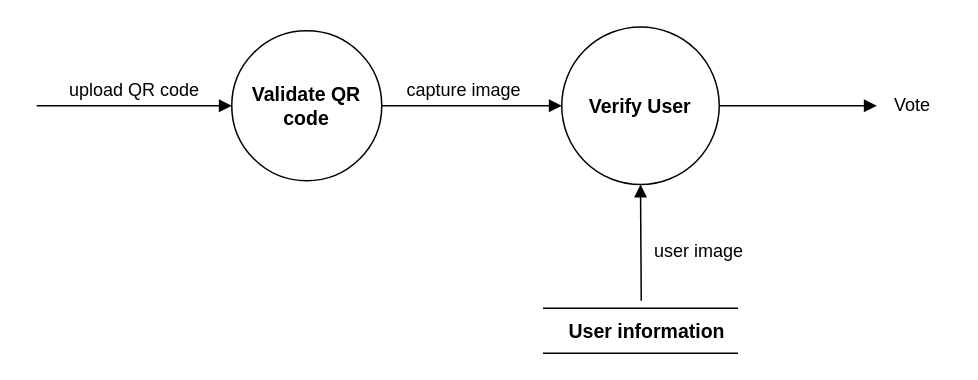
Above: DFD level 2 2Diagram.drawio in matic14/BLockVote-UML-Diagram (draw.io), before the change. Source tidied: cells renumbered, new cells numbered last; positions are measured from the earlier drawing's top-left corner, leaving out a move shared by most shapes. Both pictures are drawn from the tidied source at 150%, with x=0, y=0 at pixel (36, 27).
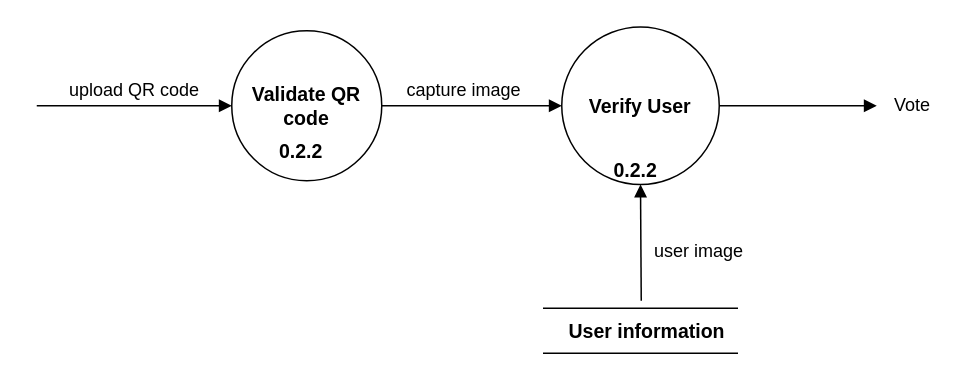
Above is the later version.

Change to the diagram source:
```diff
@@
 <mxGraphModel>
   <root>
     <mxCell id="0" />
     <mxCell id="1" parent="0" />
     <mxCell id="2" style="edgeStyle=orthogonalEdgeStyle;rounded=0;jettySize=auto;html=1;endArrow=block;endFill=1;entryX=0;entryY=0.5;entryDx=0;entryDy=0;" parent="1" edge="1" source="3" target="5">
       <mxGeometry relative="1" as="geometry" />
     </mxCell>
     <mxCell id="3" value="Validate QR code" style="ellipse;whiteSpace=wrap;html=1;fontSize=13;fontStyle=1;" parent="1" vertex="1">
       <mxGeometry x="130" y="2" width="100" height="100" as="geometry" />
     </mxCell>
     <mxCell id="4" style="edgeStyle=orthogonalEdgeStyle;rounded=0;jettySize=auto;html=1;endArrow=block;endFill=1;" parent="1" edge="1" source="5">
       <mxGeometry relative="1" as="geometry">
         <mxPoint x="560" y="52" as="targetPoint" />
       </mxGeometry>
     </mxCell>
     <mxCell id="5" value="Verify User" style="ellipse;whiteSpace=wrap;html=1;fontSize=13;fontStyle=1;" parent="1" vertex="1">
       <mxGeometry x="350" y="-0.5" width="105" height="105" as="geometry" />
     </mxCell>
     <mxCell id="6" style="endArrow=block;html=1;endFill=1;entryX=0;entryY=0.5;entryDx=0;entryDy=0;" parent="1" edge="1" target="3">
       <mxGeometry relative="1" as="geometry">
         <mxPoint y="52" as="sourcePoint" />
       </mxGeometry>
     </mxCell>
     <mxCell id="7" value="upload QR code" style="text;html=1;align=left;verticalAlign=top;spacingTop=-4;" parent="1" vertex="1">
       <mxGeometry x="20" y="32" width="100" height="20" as="geometry" />
     </mxCell>
     <mxCell id="8" value="capture image" style="text;html=1;align=left;verticalAlign=top;spacingTop=-4;" parent="1" vertex="1">
       <mxGeometry x="245" y="32" width="90" height="20" as="geometry" />
     </mxCell>
     <mxCell id="9" style="shape=link;html=1;endArrow=block;endFill=1;width=30;" parent="1" edge="1">
       <mxGeometry relative="1" as="geometry">
         <mxPoint x="337.5" y="202" as="sourcePoint" />
         <mxPoint x="467.5" y="202" as="targetPoint" />
       </mxGeometry>
     </mxCell>
     <mxCell id="10" value="User information" style="text;html=1;align=left;verticalAlign=top;spacingTop=-4;fontSize=13;fontStyle=1;" parent="1" vertex="1">
       <mxGeometry x="352.5" y="192" width="100" height="20" as="geometry" />
     </mxCell>
     <mxCell id="11" style="endArrow=block;html=1;endFill=1;entryX=0.5;entryY=1;entryDx=0;entryDy=0;" parent="1" edge="1" target="5">
       <mxGeometry relative="1" as="geometry">
         <mxPoint x="403" y="182" as="sourcePoint" />
       </mxGeometry>
     </mxCell>
     <mxCell id="12" value="Vote" style="text;html=1;align=left;verticalAlign=top;spacingTop=-4;" parent="1" vertex="1">
       <mxGeometry x="570" y="42" width="40" height="20" as="geometry" />
     </mxCell>
     <mxCell id="13" value="user image" style="text;html=1;align=left;verticalAlign=top;spacingTop=-4;" parent="1" vertex="1">
       <mxGeometry x="410" y="138.5" width="70" height="20" as="geometry" />
     </mxCell>
+    <mxCell id="14" value="&lt;b&gt;0.2.2&lt;/b&gt;" style="text;html=1;align=left;verticalAlign=top;spacingTop=-4;fontSize=13;" parent="1" vertex="1">
+      <mxGeometry x="382.5" y="85" width="40" height="20" as="geometry" />
+    </mxCell>
+    <mxCell id="15" value="&lt;b&gt;0.2.2&lt;/b&gt;" style="text;html=1;align=left;verticalAlign=top;spacingTop=-4;fontSize=13;" parent="1" vertex="1">
+      <mxGeometry x="160" y="72" width="40" height="20" as="geometry" />
+    </mxCell>
   </root>
 </mxGraphModel>
```
